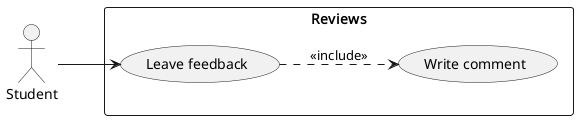
AlexShukel/PSI2025 keeps this PlantUML diagram as use-case-diagram/Reviews_Feedback.png. Above is the earlier version. The source it was exported from:
```plantuml
@startuml Reviews_Feedback
left to right direction
skinparam packageStyle rectangle

actor "Student" as Student

rectangle "Reviews" {
  usecase (Leave feedback) as UC_REV
  usecase (Write comment) as UC_COMMENT
}

Student --> UC_REV

UC_REV ..> UC_COMMENT : <<include>>

@enduml
```
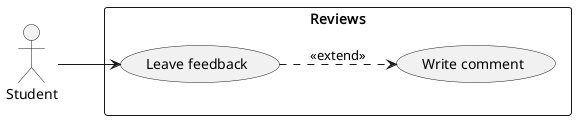
The same file after the commit.

Commit message:
Change include to extend

Change to the diagram source:
```diff
@@ -11,6 +11,6 @@
 
 Student --> UC_REV
 
-UC_REV ..> UC_COMMENT : <<include>>
+UC_REV ..> UC_COMMENT : <<extend>>
 
 @enduml
```
